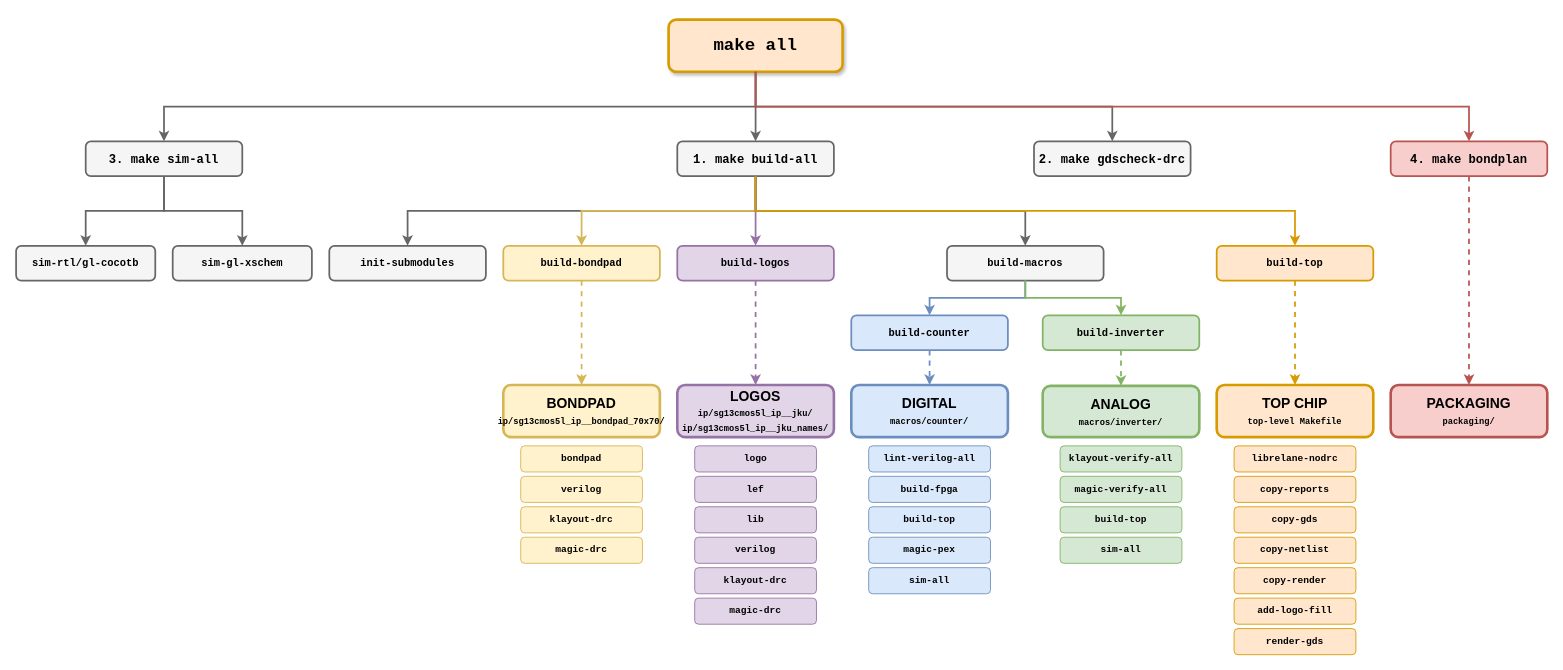
Earlier version of the draw.io diagram tutorial/fig/targets_overview/targets_overview.drawio (iic-jku/ihp-sg13cmos5l-ams-chip-template). Source tidied: cells renumbered, new cells numbered last; positions are measured from the earlier drawing's top-left corner, leaving out a move shared by most shapes. Both pictures are drawn from the tidied source at 87%, with x=0, y=0 at pixel (16, 19).
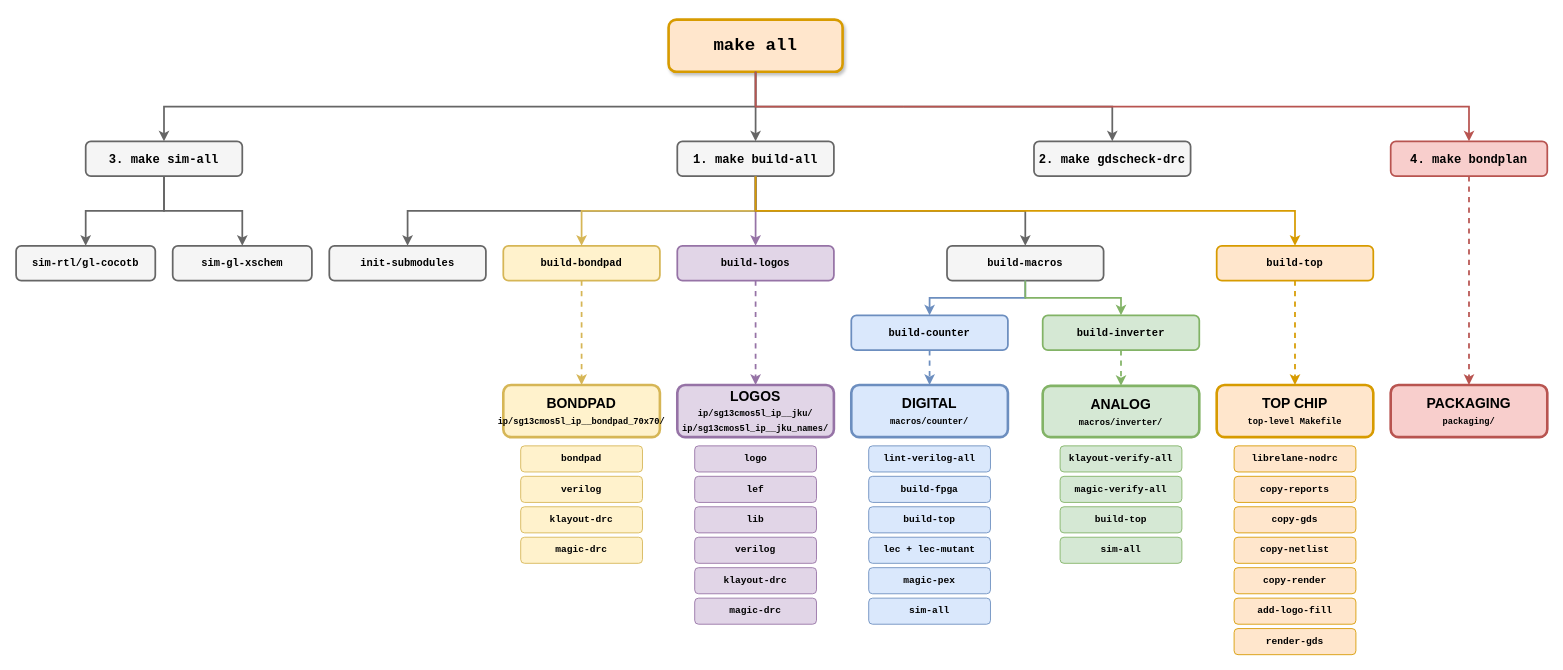
Above is the later version.

Commit message (it also covers changes not shown here):
added `make lec` and `make lec-mutant` to the counter macro: an EQY equivalence check of the netlist against its RTL

Change to the diagram source:
```diff
@@
+    <mxCell id="67" value="&lt;font face=&quot;Courier New&quot; style=&quot;font-size: 11px;&quot;&gt;&lt;b&gt;lec + lec-mutant&lt;/b&gt;&lt;/font&gt;" style="rounded=1;whiteSpace=wrap;html=1;fontSize=11;fillColor=#dae8fc;strokeColor=#6c8ebf;strokeWidth=1;fontStyle=0;verticalAlign=middle;sketch=0;" parent="1" vertex="1">
+      <mxGeometry x="980" y="595" width="140" height="30" as="geometry" />
+    </mxCell>
     <mxCell id="35" value="&lt;font face=&quot;Courier New&quot; style=&quot;font-size: 11px;&quot;&gt;&lt;b&gt;magic-pex&lt;/b&gt;&lt;/font&gt;" style="rounded=1;whiteSpace=wrap;html=1;fontSize=11;fillColor=#dae8fc;strokeColor=#6c8ebf;strokeWidth=1;fontStyle=0;verticalAlign=middle;sketch=0;" parent="1" vertex="1">
-      <mxGeometry x="980" y="595" width="140" height="30" as="geometry" />
+      <mxGeometry x="980" y="630" width="140" height="30" as="geometry" />
     </mxCell>
     <mxCell id="36" value="&lt;font face=&quot;Courier New&quot; style=&quot;font-size: 11px;&quot;&gt;&lt;b&gt;sim-all&lt;/b&gt;&lt;/font&gt;" style="rounded=1;whiteSpace=wrap;html=1;fontSize=11;fillColor=#dae8fc;strokeColor=#6c8ebf;strokeWidth=1;fontStyle=0;verticalAlign=middle;sketch=0;" parent="1" vertex="1">
-      <mxGeometry x="980" y="630" width="140" height="30" as="geometry" />
+      <mxGeometry x="980" y="665" width="140" height="30" as="geometry" />
     </mxCell>
```
